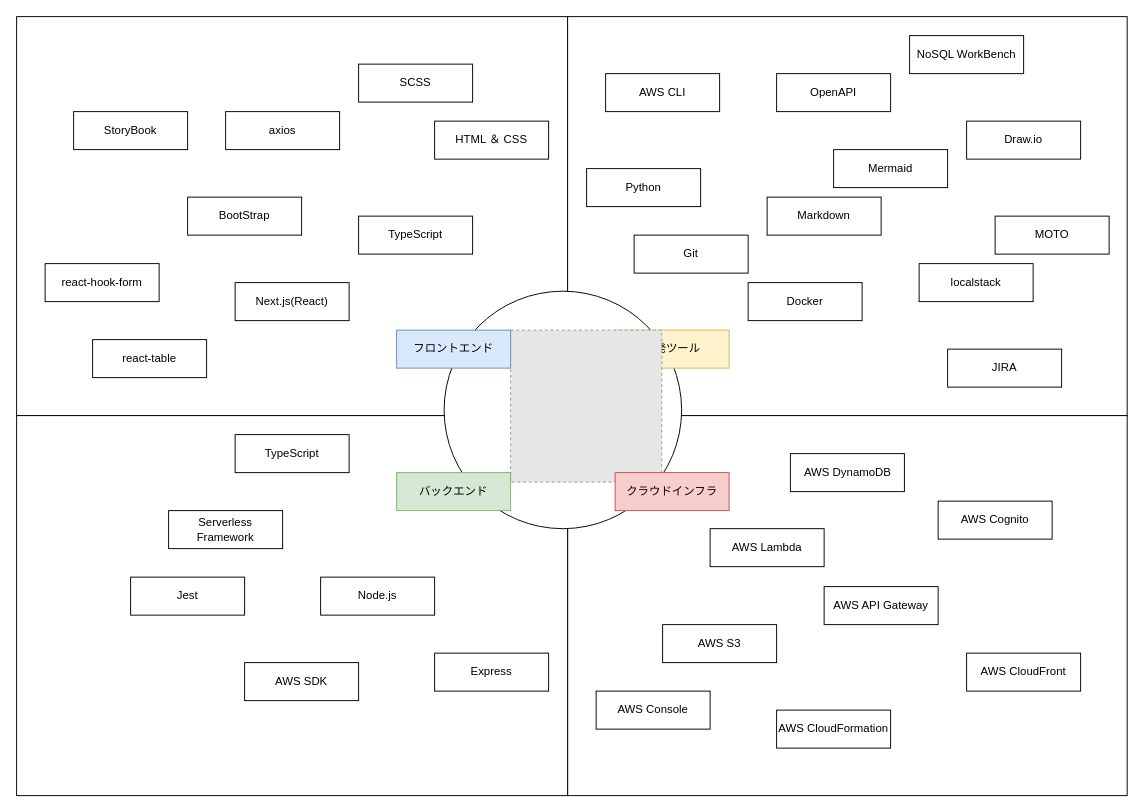
This is spec/sub/skillset.drawio from 846846846/tech10, a draw.io file, before an edit. Source tidied: cells renumbered, new cells numbered last; positions are measured from the earlier drawing's top-left corner, leaving out a move shared by most shapes. Both pictures are drawn from the tidied source at 95%, with x=0, y=0 at pixel (16, 16). Pictures stored in the file or linked from it are replaced by grey dashed boxes.
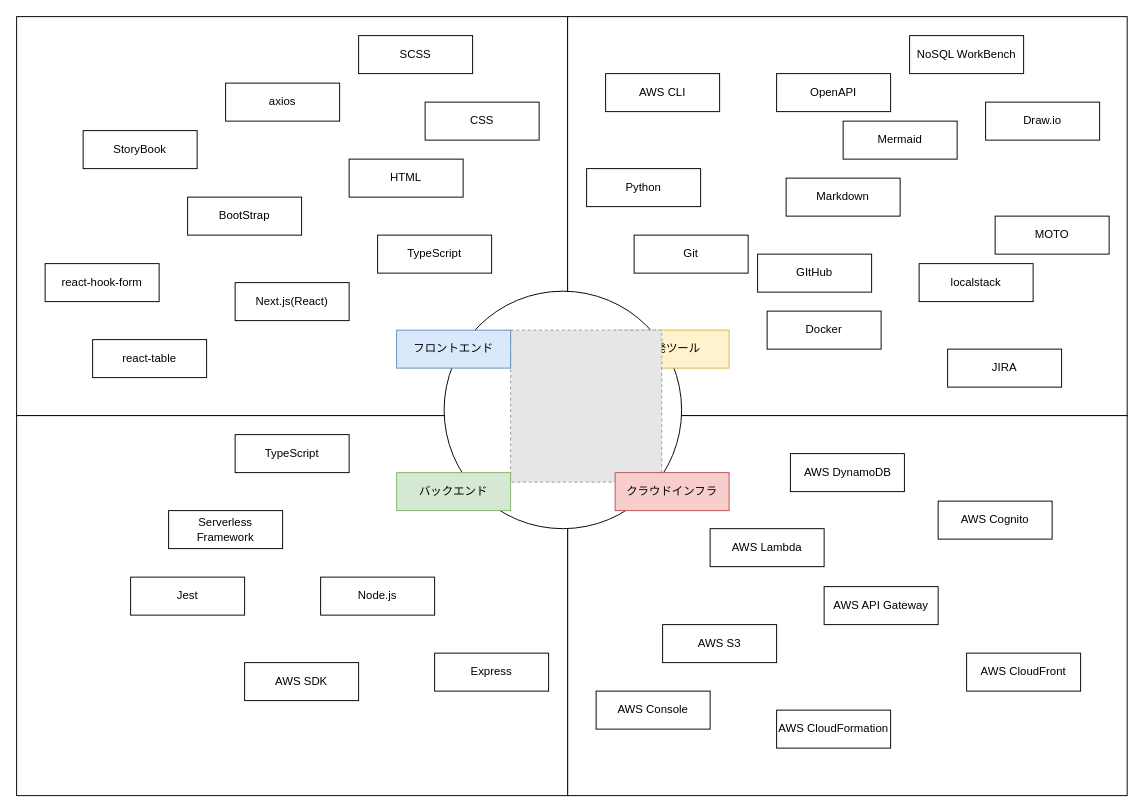
The same diagram, later.

Commit message (it also covers changes not shown here):
ECSITE-40 ドキュメント群を整備する。

What changed in the source:
```diff
@@
-    <mxCell id="7" value="HTML ＆ CSS" style="rounded=0;whiteSpace=wrap;html=1;" parent="1" vertex="1">
-      <mxGeometry x="440" y="110" width="120" height="40" as="geometry" />
+    <mxCell id="7" value="CSS" style="rounded=0;whiteSpace=wrap;html=1;" parent="1" vertex="1">
+      <mxGeometry x="430" y="90" width="120" height="40" as="geometry" />
     </mxCell>
     <mxCell id="8" value="TypeScript" style="rounded=0;whiteSpace=wrap;html=1;" parent="1" vertex="1">
-      <mxGeometry x="360" y="210" width="120" height="40" as="geometry" />
+      <mxGeometry x="380" y="230" width="120" height="40" as="geometry" />
     </mxCell>
@@
     <mxCell id="20" value="StoryBook" style="rounded=0;whiteSpace=wrap;html=1;" parent="1" vertex="1">
-      <mxGeometry x="60" y="100" width="120" height="40" as="geometry" />
+      <mxGeometry x="70" y="120" width="120" height="40" as="geometry" />
     </mxCell>
@@
     <mxCell id="22" value="SCSS" style="rounded=0;whiteSpace=wrap;html=1;" parent="1" vertex="1">
-      <mxGeometry x="360" y="50" width="120" height="40" as="geometry" />
+      <mxGeometry x="360" y="20" width="120" height="40" as="geometry" />
     </mxCell>
@@
     <mxCell id="28" value="Draw.io" style="rounded=0;whiteSpace=wrap;html=1;strokeWidth=1;" parent="1" vertex="1">
-      <mxGeometry x="1000" y="110" width="120" height="40" as="geometry" />
+      <mxGeometry x="1020" y="90" width="120" height="40" as="geometry" />
     </mxCell>
     <mxCell id="29" value="Markdown" style="rounded=0;whiteSpace=wrap;html=1;strokeWidth=1;" parent="1" vertex="1">
-      <mxGeometry x="790" y="190" width="120" height="40" as="geometry" />
+      <mxGeometry x="810" y="170" width="120" height="40" as="geometry" />
     </mxCell>
     <mxCell id="30" value="Mermaid" style="rounded=0;whiteSpace=wrap;html=1;strokeWidth=1;" parent="1" vertex="1">
-      <mxGeometry x="860" y="140" width="120" height="40" as="geometry" />
+      <mxGeometry x="870" y="110" width="120" height="40" as="geometry" />
     </mxCell>
@@
     <mxCell id="32" value="Docker" style="rounded=0;whiteSpace=wrap;html=1;strokeWidth=1;" parent="1" vertex="1">
-      <mxGeometry x="770" y="280" width="120" height="40" as="geometry" />
+      <mxGeometry x="790" y="310" width="120" height="40" as="geometry" />
     </mxCell>
@@
     <mxCell id="38" value="axios" style="rounded=0;whiteSpace=wrap;html=1;" parent="1" vertex="1">
-      <mxGeometry x="220" y="100" width="120" height="40" as="geometry" />
+      <mxGeometry x="220" y="70" width="120" height="40" as="geometry" />
     </mxCell>
@@
+    <mxCell id="47" value="GItHub" style="rounded=0;whiteSpace=wrap;html=1;strokeWidth=1;" parent="1" vertex="1">
+      <mxGeometry x="780" y="250" width="120" height="40" as="geometry" />
+    </mxCell>
+    <mxCell id="48" value="HTML" style="rounded=0;whiteSpace=wrap;html=1;" parent="1" vertex="1">
+      <mxGeometry x="350" y="150" width="120" height="40" as="geometry" />
+    </mxCell>
```
